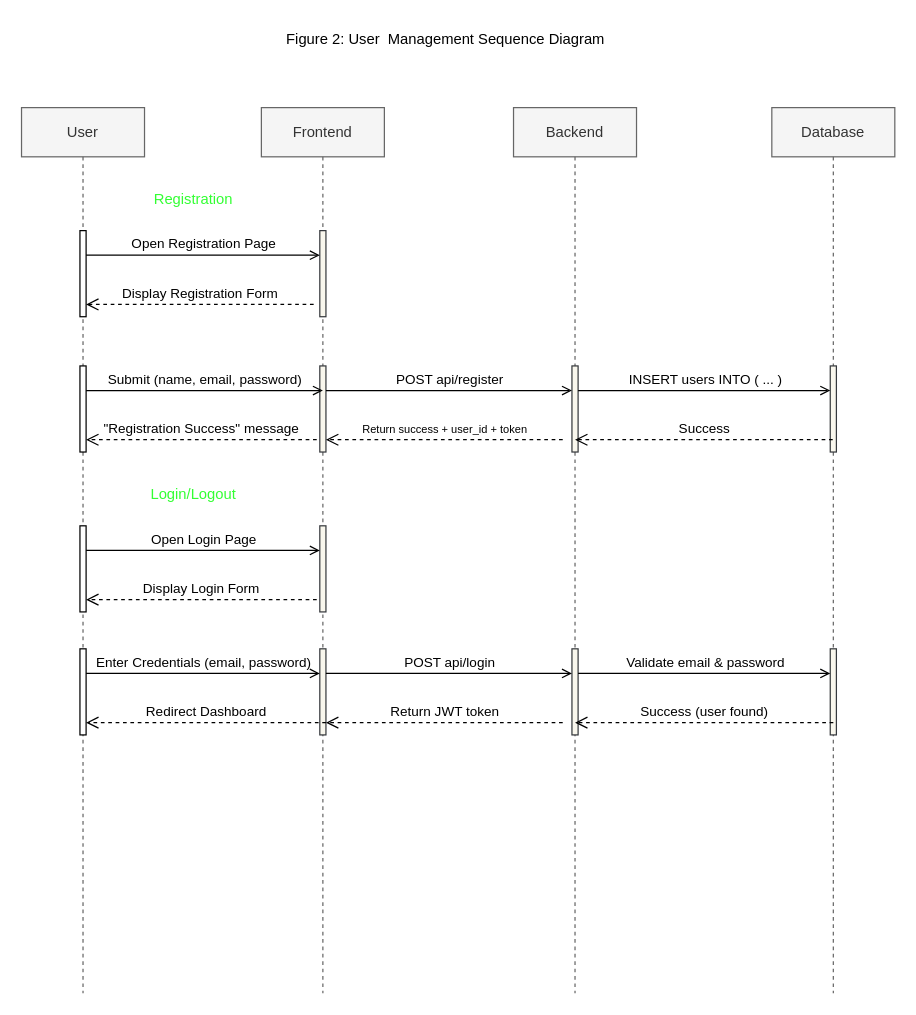
Above: page "Figure2.1" (1 of 3) of diagrams/stream_sequence.drawio in christiangarcia0311/snsu-community-forum-app (draw.io), before the change. Source tidied: cells renumbered, new cells numbered last; positions are measured from the earlier drawing's top-left corner, leaving out a move shared by most shapes. Both pictures are drawn from the tidied source at 123%, with x=0, y=0 at pixel (21, 21).
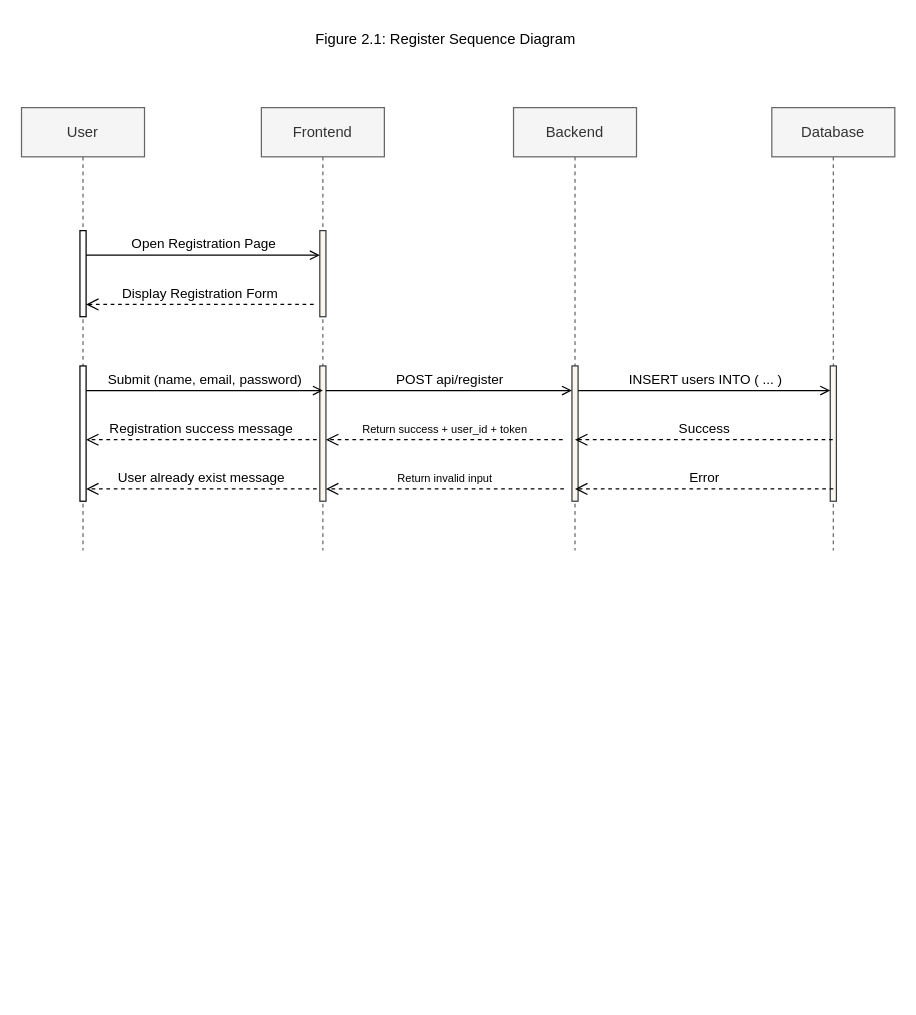
Above is the later version.

Commit message:
version 0.0.1: create figure 2.1, 2.2 and 2.3 in sequence diagram

Diff of the diagram source:
```diff
@@
     <mxCell id="2" value="User" style="shape=umlLifeline;perimeter=lifelinePerimeter;whiteSpace=wrap;html=1;newEdgeStyle={&quot;edgeStyle&quot;:&quot;elbowEdgeStyle&quot;,&quot;elbow&quot;:&quot;vertical&quot;,&quot;curved&quot;:0,&quot;rounded&quot;:0};fillColor=#f5f5f5;fontColor=#333333;strokeColor=#666666;" parent="1" vertex="1">
-      <mxGeometry y="70" width="100" height="720" as="geometry" />
+      <mxGeometry y="70" width="100" height="360" as="geometry" />
     </mxCell>
@@
     <mxCell id="4" style="html=1;points=[[0,0,0,0,5],[0,1,0,0,-5],[1,0,0,0,5],[1,1,0,0,-5]];perimeter=orthogonalPerimeter;outlineConnect=0;targetShapes=umlLifeline;portConstraint=eastwest;newEdgeStyle={&quot;curved&quot;:0,&quot;rounded&quot;:0};" parent="2" vertex="1">
-      <mxGeometry x="47.5" y="210" width="5" height="70" as="geometry" />
+      <mxGeometry x="47.5" y="210" width="5" height="110" as="geometry" />
     </mxCell>
-    <mxCell id="5" style="html=1;points=[[0,0,0,0,5],[0,1,0,0,-5],[1,0,0,0,5],[1,1,0,0,-5]];perimeter=orthogonalPerimeter;outlineConnect=0;targetShapes=umlLifeline;portConstraint=eastwest;newEdgeStyle={&quot;curved&quot;:0,&quot;rounded&quot;:0};" parent="2" vertex="1">
-      <mxGeometry x="47.5" y="340" width="5" height="70" as="geometry" />
-    </mxCell>
-    <mxCell id="6" style="html=1;perimeter=orthogonalPerimeter;targetShapes=umlLifeline;newEdgeStyle={&quot;curved&quot;:0,&quot;rounded&quot;:0};" parent="2" vertex="1">
-      <mxGeometry x="47.5" y="440" width="5" height="70" as="geometry" />
-    </mxCell>
     <mxCell id="7" value="Frontend" style="shape=umlLifeline;perimeter=lifelinePerimeter;whiteSpace=wrap;html=1;newEdgeStyle={&quot;edgeStyle&quot;:&quot;elbowEdgeStyle&quot;,&quot;elbow&quot;:&quot;vertical&quot;,&quot;curved&quot;:0,&quot;rounded&quot;:0};fillColor=#f5f5f5;strokeColor=#666666;fontColor=#333333;" parent="1" vertex="1">
-      <mxGeometry x="195" y="70" width="100" height="720" as="geometry" />
+      <mxGeometry x="195" y="70" width="100" height="360" as="geometry" />
     </mxCell>
@@
     <mxCell id="9" style="html=1;points=[[0,0,0,0,5],[0,1,0,0,-5],[1,0,0,0,5],[1,1,0,0,-5]];perimeter=orthogonalPerimeter;outlineConnect=0;targetShapes=umlLifeline;portConstraint=eastwest;newEdgeStyle={&quot;curved&quot;:0,&quot;rounded&quot;:0};strokeColor=#36393d;fillColor=#f9f7ed;" parent="7" vertex="1">
-      <mxGeometry x="47.5" y="210" width="5" height="70" as="geometry" />
+      <mxGeometry x="47.5" y="210" width="5" height="110" as="geometry" />
     </mxCell>
-    <mxCell id="10" style="html=1;perimeter=orthogonalPerimeter;targetShapes=umlLifeline;newEdgeStyle={&quot;curved&quot;:0,&quot;rounded&quot;:0};strokeColor=#36393d;fillColor=#f9f7ed;" parent="7" vertex="1">
-      <mxGeometry x="47.5" y="340" width="5" height="70" as="geometry" />
-    </mxCell>
-    <mxCell id="11" style="html=1;points=[[0,0,0,0,5],[0,1,0,0,-5],[1,0,0,0,5],[1,1,0,0,-5]];perimeter=orthogonalPerimeter;outlineConnect=0;targetShapes=umlLifeline;portConstraint=eastwest;newEdgeStyle={&quot;curved&quot;:0,&quot;rounded&quot;:0};strokeColor=#36393d;fillColor=#f9f7ed;" parent="7" vertex="1">
-      <mxGeometry x="47.5" y="440" width="5" height="70" as="geometry" />
-    </mxCell>
     <mxCell id="12" value="Backend" style="shape=umlLifeline;perimeter=lifelinePerimeter;whiteSpace=wrap;html=1;newEdgeStyle={&quot;edgeStyle&quot;:&quot;elbowEdgeStyle&quot;,&quot;elbow&quot;:&quot;vertical&quot;,&quot;curved&quot;:0,&quot;rounded&quot;:0};fillColor=#f5f5f5;fontColor=#333333;strokeColor=#666666;" parent="1" vertex="1">
-      <mxGeometry x="400" y="70" width="100" height="720" as="geometry" />
+      <mxGeometry x="400" y="70" width="100" height="360" as="geometry" />
     </mxCell>
     <mxCell id="13" style="html=1;points=[[0,0,0,0,5],[0,1,0,0,-5],[1,0,0,0,5],[1,1,0,0,-5]];perimeter=orthogonalPerimeter;outlineConnect=0;targetShapes=umlLifeline;portConstraint=eastwest;newEdgeStyle={&quot;curved&quot;:0,&quot;rounded&quot;:0};strokeColor=#36393d;fillColor=#f9f7ed;" parent="12" vertex="1">
-      <mxGeometry x="47.5" y="210" width="5" height="70" as="geometry" />
+      <mxGeometry x="47.5" y="210" width="5" height="110" as="geometry" />
     </mxCell>
-    <mxCell id="14" style="html=1;points=[[0,0,0,0,5],[0,1,0,0,-5],[1,0,0,0,5],[1,1,0,0,-5]];perimeter=orthogonalPerimeter;outlineConnect=0;targetShapes=umlLifeline;portConstraint=eastwest;newEdgeStyle={&quot;curved&quot;:0,&quot;rounded&quot;:0};strokeColor=#36393d;fillColor=#f9f7ed;" parent="12" vertex="1">
-      <mxGeometry x="47.5" y="440" width="5" height="70" as="geometry" />
-    </mxCell>
     <mxCell id="15" value="Database" style="shape=umlLifeline;perimeter=lifelinePerimeter;whiteSpace=wrap;html=1;outlineConnect=0;portConstraint=eastwest;newEdgeStyle={&quot;edgeStyle&quot;:&quot;elbowEdgeStyle&quot;,&quot;elbow&quot;:&quot;vertical&quot;,&quot;curved&quot;:0,&quot;rounded&quot;:0};fillColor=#f5f5f5;fontColor=#333333;strokeColor=#666666;" parent="1" vertex="1">
-      <mxGeometry x="610" y="70" width="100" height="720" as="geometry" />
+      <mxGeometry x="610" y="70" width="100" height="360" as="geometry" />
     </mxCell>
     <mxCell id="16" style="html=1;points=[[0,0,0,0,5],[0,1,0,0,-5],[1,0,0,0,5],[1,1,0,0,-5]];perimeter=orthogonalPerimeter;outlineConnect=0;targetShapes=umlLifeline;portConstraint=eastwest;newEdgeStyle={&quot;curved&quot;:0,&quot;rounded&quot;:0};strokeColor=#36393d;fillColor=#f9f7ed;" parent="15" vertex="1">
-      <mxGeometry x="47.5" y="210" width="5" height="70" as="geometry" />
+      <mxGeometry x="47.5" y="210" width="5" height="110" as="geometry" />
     </mxCell>
-    <mxCell id="17" style="html=1;points=[[0,0,0,0,5],[0,1,0,0,-5],[1,0,0,0,5],[1,1,0,0,-5]];perimeter=orthogonalPerimeter;outlineConnect=0;targetShapes=umlLifeline;portConstraint=eastwest;newEdgeStyle={&quot;curved&quot;:0,&quot;rounded&quot;:0};strokeColor=#36393d;fillColor=#f9f7ed;" parent="15" vertex="1">
-      <mxGeometry x="47.5" y="440" width="5" height="70" as="geometry" />
-    </mxCell>
@@
-    <mxCell id="21" value="Figure 2: User&amp;nbsp; Management Sequence Diagram" style="text;html=1;whiteSpace=wrap;strokeColor=none;fillColor=none;align=center;verticalAlign=middle;rounded=0;" parent="1" vertex="1">
+    <mxCell id="21" value="Figure 2.1: Register Sequence Diagram" style="text;html=1;whiteSpace=wrap;strokeColor=none;fillColor=none;align=center;verticalAlign=middle;rounded=0;" parent="1" vertex="1">
       <mxGeometry x="195" width="300" height="30" as="geometry" />
     </mxCell>
@@
-    <mxCell id="26" value="&quot;Registration Success&quot; message" style="html=1;verticalAlign=bottom;endArrow=open;dashed=1;endSize=8;curved=0;rounded=0;" parent="1" edge="1" target="4">
+    <mxCell id="26" value="Registration success message" style="html=1;verticalAlign=bottom;endArrow=open;dashed=1;endSize=8;curved=0;rounded=0;" parent="1" edge="1" target="4">
       <mxGeometry relative="1" as="geometry">
         <mxPoint x="240" y="340" as="sourcePoint" />
       </mxGeometry>
     </mxCell>
-    <mxCell id="27" value="&lt;font style=&quot;color: rgb(51, 255, 51);&quot;&gt;Registration&lt;/font&gt;" style="text;html=1;whiteSpace=wrap;align=center;verticalAlign=middle;rounded=0;" parent="1" vertex="1">
-      <mxGeometry x="110" y="130" width="60" height="30" as="geometry" />
-    </mxCell>
-    <mxCell id="28" value="&lt;font style=&quot;color: rgb(51, 255, 51);&quot;&gt;Login/Logout&lt;/font&gt;" style="text;html=1;whiteSpace=wrap;align=center;verticalAlign=middle;rounded=0;" parent="1" vertex="1">
-      <mxGeometry x="110" y="370" width="60" height="30" as="geometry" />
-    </mxCell>
-    <mxCell id="29" value="Open Login Page" style="html=1;verticalAlign=bottom;labelBackgroundColor=none;endArrow=open;endFill=0;rounded=0;entryX=0;entryY=0;entryDx=0;entryDy=5;entryPerimeter=0;" parent="1" edge="1">
-      <mxGeometry relative="1" as="geometry">
-        <mxPoint x="52.5" y="430" as="sourcePoint" />
-        <mxPoint x="242.5" y="430" as="targetPoint" />
-      </mxGeometry>
-    </mxCell>
-    <mxCell id="30" value="Display Login Form" style="html=1;verticalAlign=bottom;endArrow=open;dashed=1;endSize=8;curved=0;rounded=0;" parent="1" edge="1" target="5">
-      <mxGeometry relative="1" as="geometry">
-        <mxPoint x="240" y="470" as="sourcePoint" />
-      </mxGeometry>
-    </mxCell>
-    <mxCell id="31" value="Enter Credentials (email, password)" style="html=1;verticalAlign=bottom;labelBackgroundColor=none;endArrow=open;endFill=0;rounded=0;" parent="1" edge="1">
-      <mxGeometry relative="1" as="geometry">
-        <mxPoint x="52.5" y="530" as="sourcePoint" />
-        <mxPoint x="242.5" y="530" as="targetPoint" />
-      </mxGeometry>
-    </mxCell>
-    <mxCell id="32" value="Redirect Dashboard" style="html=1;verticalAlign=bottom;endArrow=open;dashed=1;endSize=8;curved=0;rounded=0;" parent="1" edge="1">
-      <mxGeometry relative="1" as="geometry">
-        <mxPoint x="247.5" y="570" as="sourcePoint" />
-        <mxPoint x="52.5" y="570" as="targetPoint" />
-        <Array as="points">
-          <mxPoint x="150" y="570" />
-        </Array>
-      </mxGeometry>
-    </mxCell>
-    <mxCell id="33" value="POST api/login" style="html=1;verticalAlign=bottom;labelBackgroundColor=none;endArrow=open;endFill=0;rounded=0;" parent="1" edge="1" source="11" target="14">
-      <mxGeometry relative="1" as="geometry">
-        <Array as="points">
-          <mxPoint x="434.5" y="530" />
-        </Array>
-      </mxGeometry>
-    </mxCell>
-    <mxCell id="34" value="Validate email &amp;amp; password" style="html=1;verticalAlign=bottom;labelBackgroundColor=none;endArrow=open;endFill=0;rounded=0;" parent="1" edge="1" source="14" target="17">
-      <mxGeometry relative="1" as="geometry">
-        <Array as="points">
-          <mxPoint x="646.5" y="530" />
-        </Array>
-      </mxGeometry>
-    </mxCell>
-    <mxCell id="35" value="Success (user found)" style="html=1;verticalAlign=bottom;endArrow=open;dashed=1;endSize=8;curved=0;rounded=0;" parent="1" edge="1">
-      <mxGeometry relative="1" as="geometry">
-        <mxPoint x="660" y="570" as="sourcePoint" />
-        <mxPoint x="450" y="570" as="targetPoint" />
-      </mxGeometry>
-    </mxCell>
-    <mxCell id="36" value="Return JWT token" style="html=1;verticalAlign=bottom;endArrow=open;dashed=1;endSize=8;curved=0;rounded=0;" parent="1" edge="1" target="11">
-      <mxGeometry relative="1" as="geometry">
-        <mxPoint x="440" y="570" as="sourcePoint" />
-      </mxGeometry>
-    </mxCell>
+    <mxCell id="37" value="User already exist message" style="html=1;verticalAlign=bottom;endArrow=open;dashed=1;endSize=8;curved=0;rounded=0;" parent="1" edge="1">
+      <mxGeometry relative="1" as="geometry">
+        <mxPoint x="240" y="380" as="sourcePoint" />
+        <mxPoint x="52.5" y="380" as="targetPoint" />
+      </mxGeometry>
+    </mxCell>
+    <mxCell id="38" value="&lt;font style=&quot;font-size: 9px;&quot;&gt;Return invalid input&lt;/font&gt;" style="html=1;verticalAlign=bottom;endArrow=open;dashed=1;endSize=8;curved=0;rounded=0;" parent="1" edge="1" target="9">
+      <mxGeometry relative="1" as="geometry">
+        <mxPoint x="441" y="380" as="sourcePoint" />
+      </mxGeometry>
+    </mxCell>
+    <mxCell id="39" value="Error" style="html=1;verticalAlign=bottom;endArrow=open;dashed=1;endSize=8;curved=0;rounded=0;" parent="1" edge="1">
+      <mxGeometry relative="1" as="geometry">
+        <mxPoint x="660" y="380" as="sourcePoint" />
+        <mxPoint x="450" y="380" as="targetPoint" />
+      </mxGeometry>
+    </mxCell>
```
